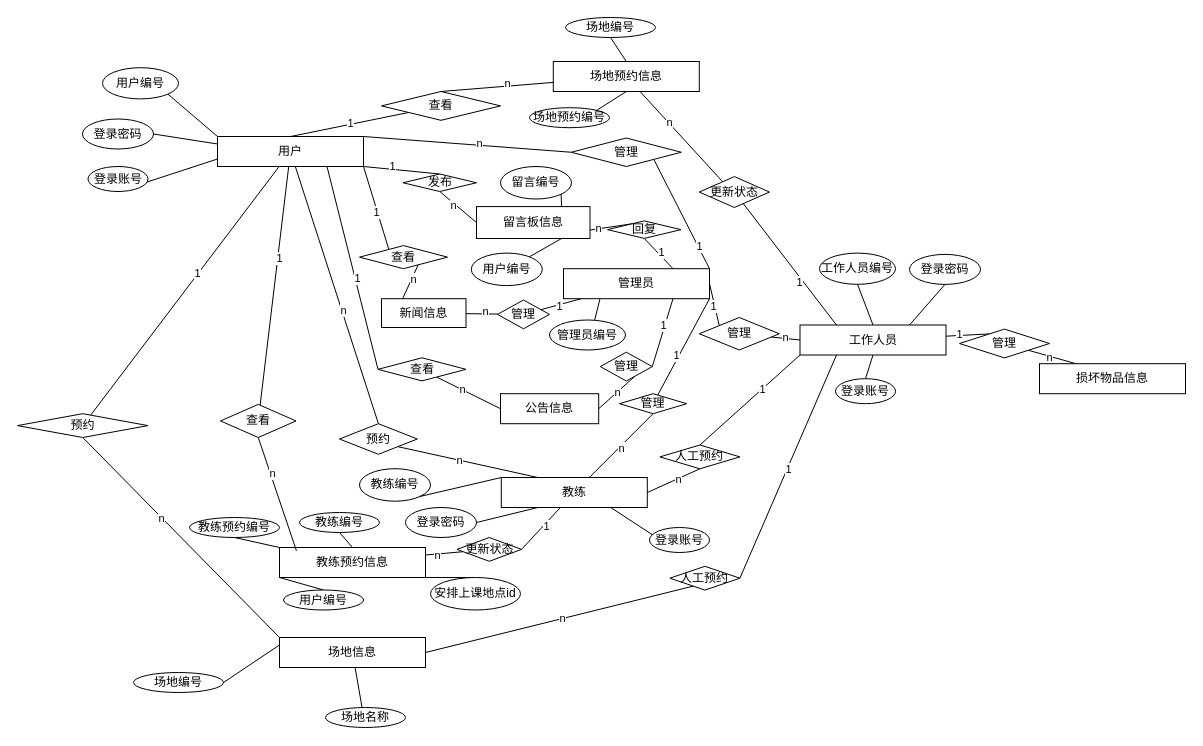
Before: page "场地预约信息 的副本" (12 of 12) of 羽毛球er.drawio in 194568/test1, a draw.io diagram. Source tidied: cells renumbered, new cells numbered last; positions are measured from the earlier drawing's top-left corner, leaving out a move shared by most shapes. Both pictures are drawn from the tidied source at 100%, with x=0, y=0 at pixel (17, 17).
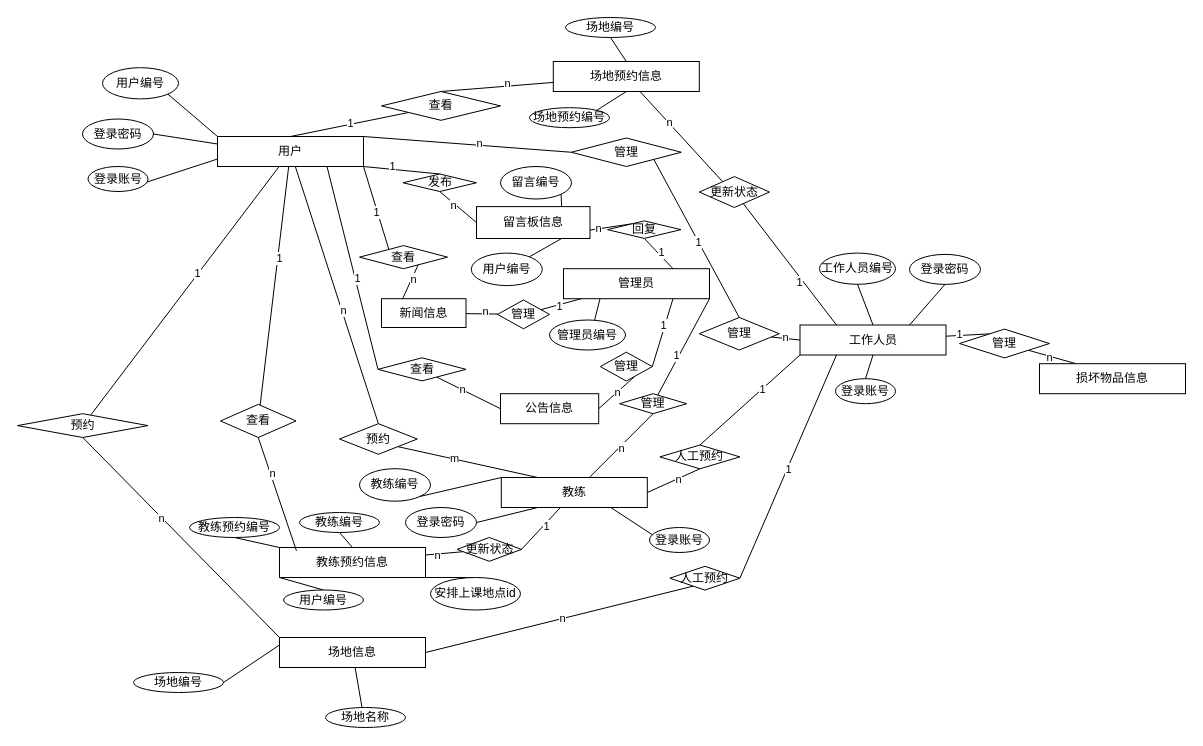
Above is the later version.

Commit message:
更新羽毛球er.drawio

Unchanged cells that the change refers to:
```xml
<mxCell id="35" value="管理员" style="rounded=0;whiteSpace=wrap;html=1;" parent="1" vertex="1">
  <mxGeometry x="546" y="251.2" width="146" height="30" as="geometry" />
</mxCell>
<mxCell id="94" value="管理" style="rhombus;whiteSpace=wrap;html=1;rounded=0;" parent="1" vertex="1">
  <mxGeometry x="681.8" y="300" width="80" height="32.5" as="geometry" />
</mxCell>
<mxCell id="97" value="管理" style="rhombus;whiteSpace=wrap;html=1;rounded=0;" parent="1" vertex="1">
  <mxGeometry x="553.8" y="120.5" width="110" height="28.5" as="geometry" />
</mxCell>
<mxCell id="98" style="rounded=0;jettySize=auto;html=1;exitX=1;exitY=1;exitDx=0;exitDy=0;entryX=0.25;entryY=0;entryDx=0;entryDy=0;endArrow=none;endFill=0;" parent="1" edge="1" source="100" target="41">
  <mxGeometry relative="1" as="geometry" />
</mxCell>
```

Change to the diagram source:
```diff
@@
-    <mxCell id="27" style="rounded=0;jettySize=auto;html=1;exitX=1;exitY=0.5;exitDx=0;exitDy=0;entryX=0;entryY=0;entryDx=0;entryDy=0;startArrow=none;startFill=0;endArrow=none;endFill=0;" parent="1" edge="1" source="35" target="94">
-      <mxGeometry relative="1" as="geometry" />
-    </mxCell>
-    <mxCell id="28" value="1" style="edgeLabel;html=1;align=center;verticalAlign=middle;" parent="27" vertex="1">
-      <mxGeometry x="0.04" y="-2" relative="1" as="geometry" />
-    </mxCell>
@@
-    <mxCell id="95" style="rounded=0;jettySize=auto;html=1;exitX=1;exitY=1;exitDx=0;exitDy=0;entryX=1;entryY=0;entryDx=0;entryDy=0;endArrow=none;endFill=0;" parent="1" edge="1" source="97" target="35">
+    <mxCell id="95" style="rounded=0;jettySize=auto;html=1;exitX=1;exitY=1;exitDx=0;exitDy=0;endArrow=none;endFill=0;entryX=0.5;entryY=0;entryDx=0;entryDy=0;" parent="1" edge="1" source="97" target="94">
       <mxGeometry relative="1" as="geometry" />
     </mxCell>
-    <mxCell id="96" value="1" style="edgeLabel;html=1;align=center;verticalAlign=middle;" parent="95" vertex="1">
-      <mxGeometry x="0.59" y="1" relative="1" as="geometry" />
-    </mxCell>
+    <mxCell id="143" value="1" style="edgeLabel;html=1;align=center;verticalAlign=middle;" parent="95" vertex="1">
+      <mxGeometry x="0.03" y="-1" relative="1" as="geometry">
+        <mxPoint x="1" as="offset" />
+      </mxGeometry>
+    </mxCell>
@@
-    <mxCell id="99" value="n" style="edgeLabel;html=1;align=center;verticalAlign=middle;" parent="98" vertex="1">
-      <mxGeometry x="-0.12" relative="1" as="geometry" />
-    </mxCell>
+    <mxCell id="144" value="m" style="edgeLabel;html=1;align=center;verticalAlign=middle;" parent="98" vertex="1">
+      <mxGeometry x="-0.21" y="1" relative="1" as="geometry" />
+    </mxCell>
```
